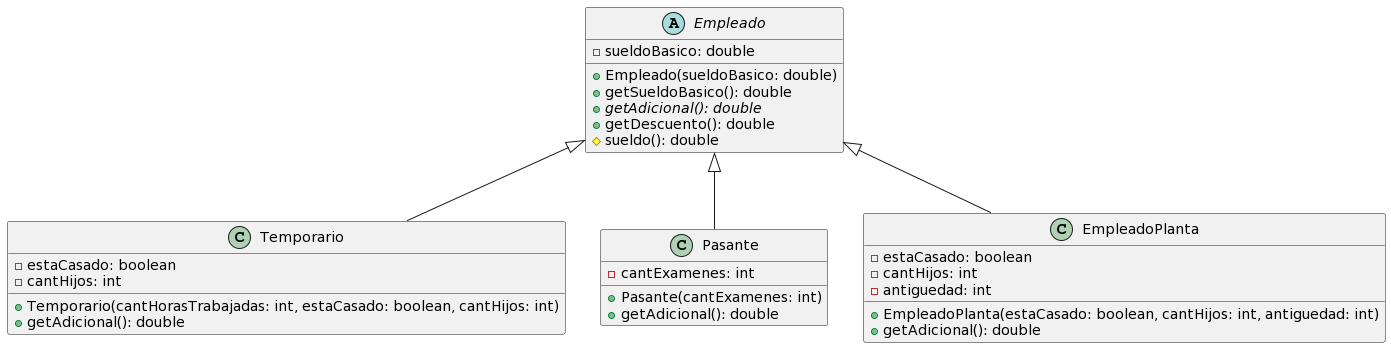
Earlier version of the PlantUML export 1er_semestre/OO2/Practicas/Practica_resuelta/ejercicio04/UML.png (Pedro0604/3ro-LS-LI-APU). The source it was exported from:
```plantuml
@startuml
class Temporario [[java:ar.edu.unlp.info.oo2.ejercicio4.Temporario]] {
	-estaCasado: boolean
	-cantHijos: int
	+Temporario(cantHorasTrabajadas: int, estaCasado: boolean, cantHijos: int)
	+getAdicional(): double
}

abstract class Empleado{
	-sueldoBasico: double
	+Empleado(sueldoBasico: double)
	+getSueldoBasico(): double
	+{abstract} getAdicional(): double
	+getDescuento(): double
	#sueldo(): double
}

class Pasante{
	-cantExamenes: int
	+Pasante(cantExamenes: int)
	+getAdicional(): double
}

class EmpleadoPlanta{
	-estaCasado: boolean
	-cantHijos: int
	-antiguedad: int
	+EmpleadoPlanta(estaCasado: boolean, cantHijos: int, antiguedad: int)
	+getAdicional(): double
}

Empleado <|-- Pasante
Empleado <|-- Temporario
Empleado <|-- EmpleadoPlanta
@enduml
```
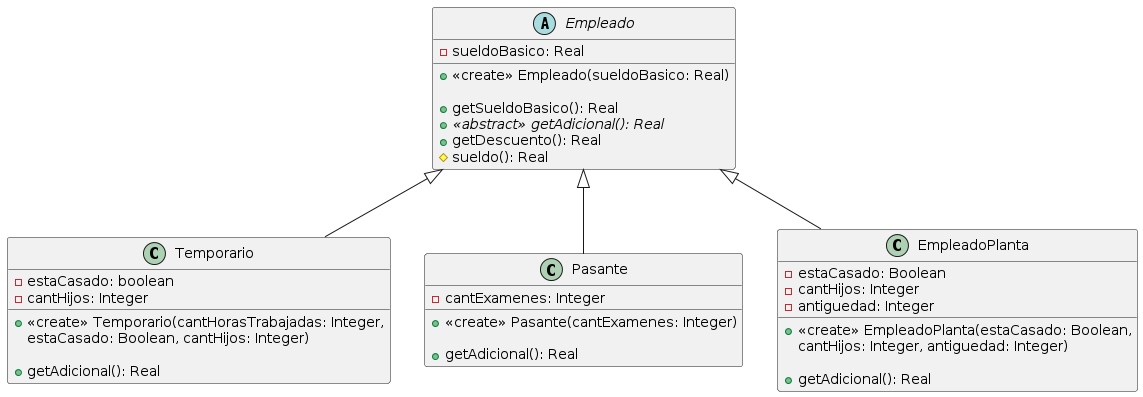
After the change.

The edit, as a diff of the source:
```diff
@@ -1,35 +1,41 @@
 @startuml
-class Temporario [[java:ar.edu.unlp.info.oo2.ejercicio4.Temporario]] {
-	-estaCasado: boolean
-	-cantHijos: int
-	+Temporario(cantHorasTrabajadas: int, estaCasado: boolean, cantHijos: int)
-	+getAdicional(): double
+abstract class Empleado{
+	-sueldoBasico: Real
+
+	+<<create>> Empleado(sueldoBasico: Real)
+
+	+getSueldoBasico(): Real
+	+{abstract}<<abstract>> getAdicional(): Real
+	+getDescuento(): Real
+	#sueldo(): Real
 }
 
-abstract class Empleado{
-	-sueldoBasico: double
-	+Empleado(sueldoBasico: double)
-	+getSueldoBasico(): double
-	+{abstract} getAdicional(): double
-	+getDescuento(): double
-	#sueldo(): double
+class Temporario extends Empleado {
+	-estaCasado: boolean
+	-cantHijos: Integer
+
+	+<<create>> Temporario(cantHorasTrabajadas: Integer,
+                               estaCasado: Boolean, cantHijos: Integer)
+
+	+getAdicional(): Real
 }
 
-class Pasante{
-	-cantExamenes: int
-	+Pasante(cantExamenes: int)
-	+getAdicional(): double
+class Pasante extends Empleado {
+	-cantExamenes: Integer
+
+	+<<create>> Pasante(cantExamenes: Integer)
+
+	+getAdicional(): Real
 }
 
-class EmpleadoPlanta{
-	-estaCasado: boolean
-	-cantHijos: int
-	-antiguedad: int
-	+EmpleadoPlanta(estaCasado: boolean, cantHijos: int, antiguedad: int)
-	+getAdicional(): double
+class EmpleadoPlanta extends Empleado {
+	-estaCasado: Boolean
+	-cantHijos: Integer
+	-antiguedad: Integer
+
+	+<<create>> EmpleadoPlanta(estaCasado: Boolean,
+                                   cantHijos: Integer, antiguedad: Integer)
+
+	+getAdicional(): Real
 }
-
-Empleado <|-- Pasante
-Empleado <|-- Temporario
-Empleado <|-- EmpleadoPlanta
 @enduml
```
